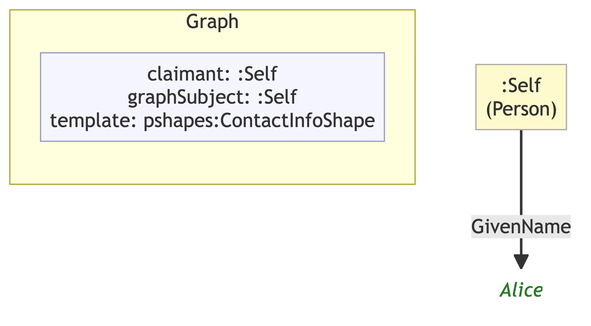
The Mermaid diagram example/graphs/images/graph-15.png in MeeFoundation/mia-ontologies, before a commit. Its source is kept beside it as example/graphs/images/graph-15.mmd.
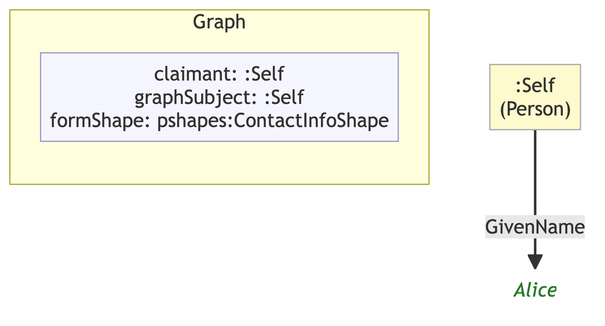
The same file after the commit.

What changed in the source:
```diff
@@ -7,10 +7,10 @@
 
     subgraph ctx["Graph"]
         direction LR
-        ctx_meta["claimant: :Self\ngraphSubject: :Self\ntemplate: pshapes:ContactInfoShape"]:::meta
+        ctx_meta["claimant: :Self\ngraphSubject: :Self\nformShape: pshapes:ContactInfoShape"]:::meta
     end
 
-    ne0c3ba92f1db[":Self\n(Person)"]:::person
-    n5253f5c3d1ad("Alice"):::lit
+    n655e442e50be[":Self\n(Person)"]:::person
+    n68d843428f60("Alice"):::lit
 
-    ne0c3ba92f1db -->|"GivenName"| n5253f5c3d1ad
+    n655e442e50be -->|"GivenName"| n68d843428f60
```
